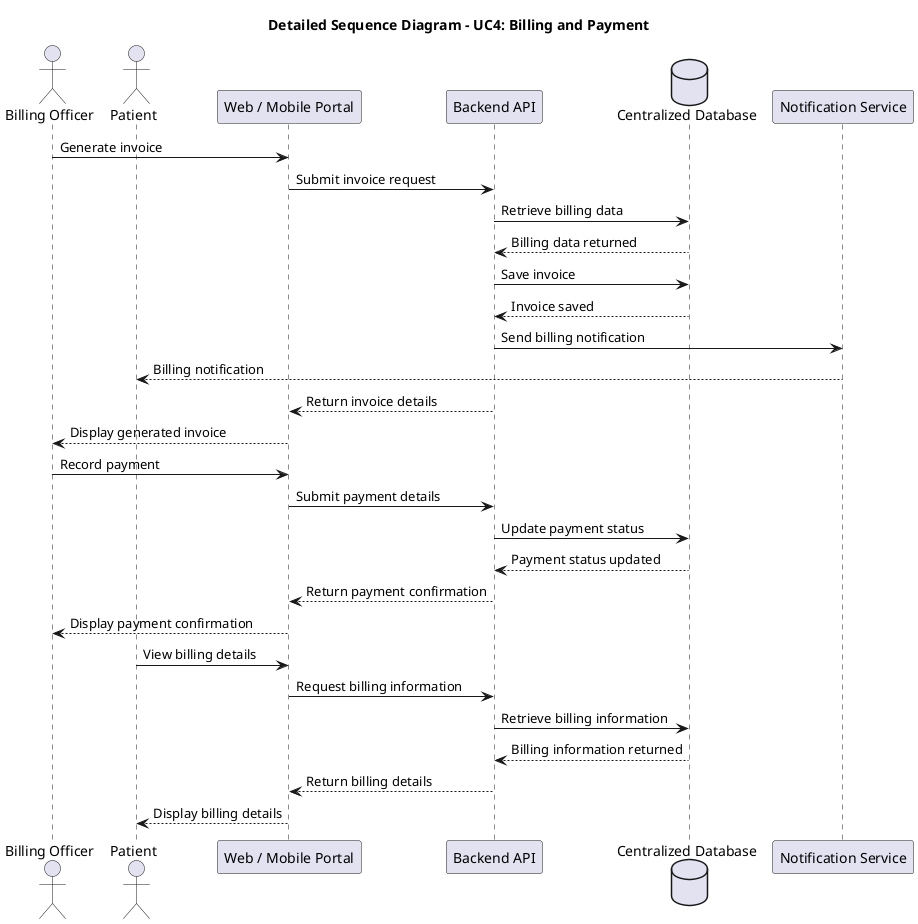
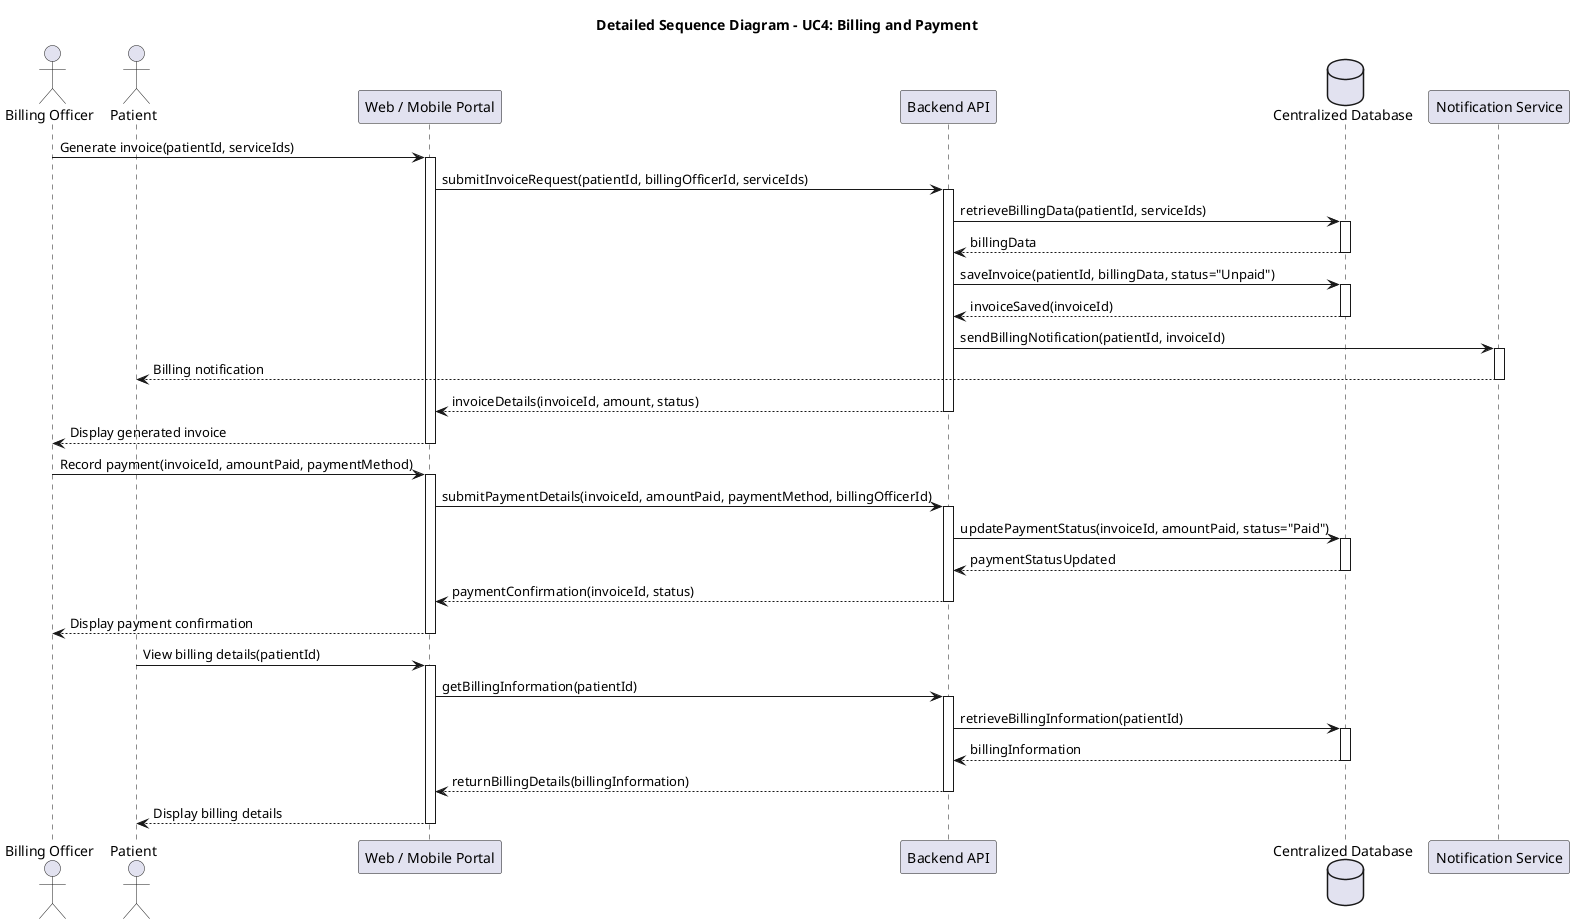
@startuml
title Detailed Sequence Diagram - UC4: Billing and Payment

actor "Billing Officer" as billing
actor Patient as patient
participant "Web / Mobile Portal" as portal
participant "Backend API" as api
database "Centralized Database" as db
participant "Notification Service" as notif

- billing -> portal : Generate invoice
- portal -> api : Submit invoice request
- api -> db : Retrieve billing data
- db --> api : Billing data returned
- api -> db : Save invoice
- db --> api : Invoice saved
- api -> notif : Send billing notification
+ billing -> portal : Generate invoice(patientId, serviceIds)
+ activate portal
+ 
+ portal -> api : submitInvoiceRequest(patientId, billingOfficerId, serviceIds)
+ activate api
+ 
+ api -> db : retrieveBillingData(patientId, serviceIds)
+ activate db
+ db --> api : billingData
+ deactivate db
+ 
+ api -> db : saveInvoice(patientId, billingData, status="Unpaid")
+ activate db
+ db --> api : invoiceSaved(invoiceId)
+ deactivate db
+ 
+ api -> notif : sendBillingNotification(patientId, invoiceId)
+ activate notif
notif --> patient : Billing notification
- api --> portal : Return invoice details
+ deactivate notif
+ 
+ api --> portal : invoiceDetails(invoiceId, amount, status)
+ deactivate api
+ 
portal --> billing : Display generated invoice
+ deactivate portal

- billing -> portal : Record payment
- portal -> api : Submit payment details
- api -> db : Update payment status
- db --> api : Payment status updated
- api --> portal : Return payment confirmation
+ billing -> portal : Record payment(invoiceId, amountPaid, paymentMethod)
+ activate portal
+ 
+ portal -> api : submitPaymentDetails(invoiceId, amountPaid, paymentMethod, billingOfficerId)
+ activate api
+ 
+ api -> db : updatePaymentStatus(invoiceId, amountPaid, status="Paid")
+ activate db
+ db --> api : paymentStatusUpdated
+ deactivate db
+ 
+ api --> portal : paymentConfirmation(invoiceId, status)
+ deactivate api
+ 
portal --> billing : Display payment confirmation
+ deactivate portal

- patient -> portal : View billing details
- portal -> api : Request billing information
- api -> db : Retrieve billing information
- db --> api : Billing information returned
- api --> portal : Return billing details
+ patient -> portal : View billing details(patientId)
+ activate portal
+ 
+ portal -> api : getBillingInformation(patientId)
+ activate api
+ 
+ api -> db : retrieveBillingInformation(patientId)
+ activate db
+ db --> api : billingInformation
+ deactivate db
+ 
+ api --> portal : returnBillingDetails(billingInformation)
+ deactivate api
+ 
portal --> patient : Display billing details
+ deactivate portal

@enduml